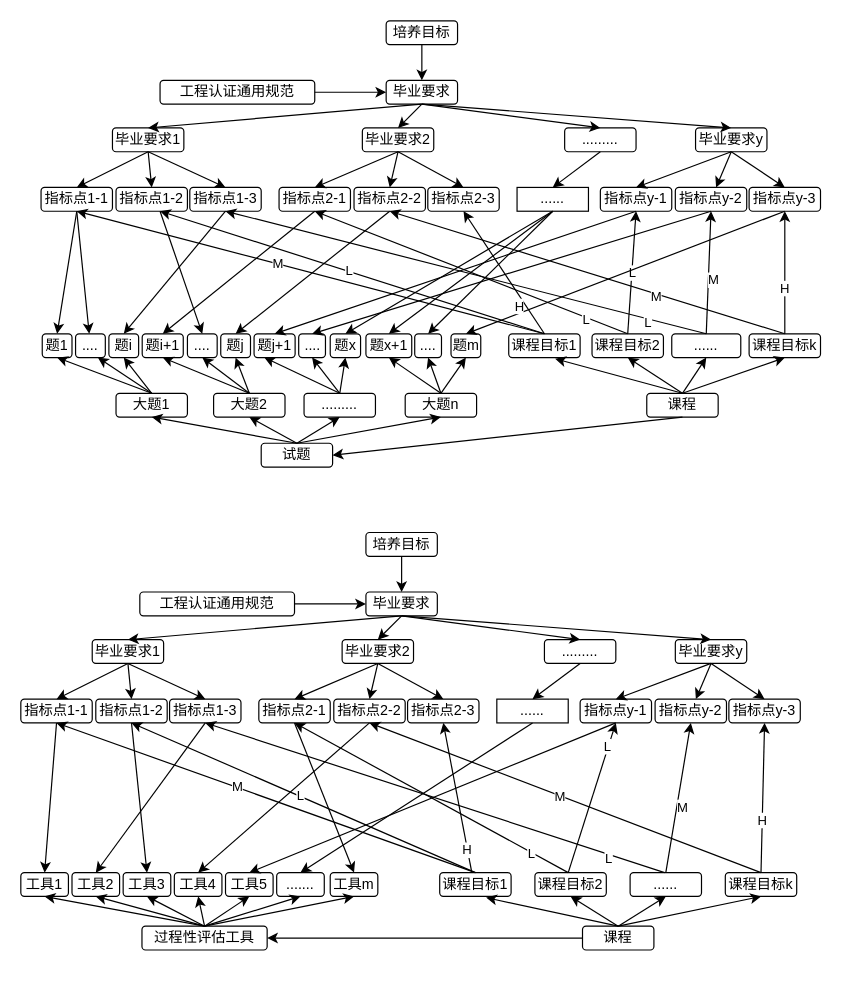
oliverwy/DhDesignpattern keeps this draw.io diagram as Untitled Diagram.drawio. Above is the earlier version. Source tidied: cells renumbered, new cells numbered last; positions are measured from the earlier drawing's top-left corner, leaving out a move shared by most shapes. Both pictures are drawn from the tidied source at 119%, with x=0, y=0 at pixel (20, 20).
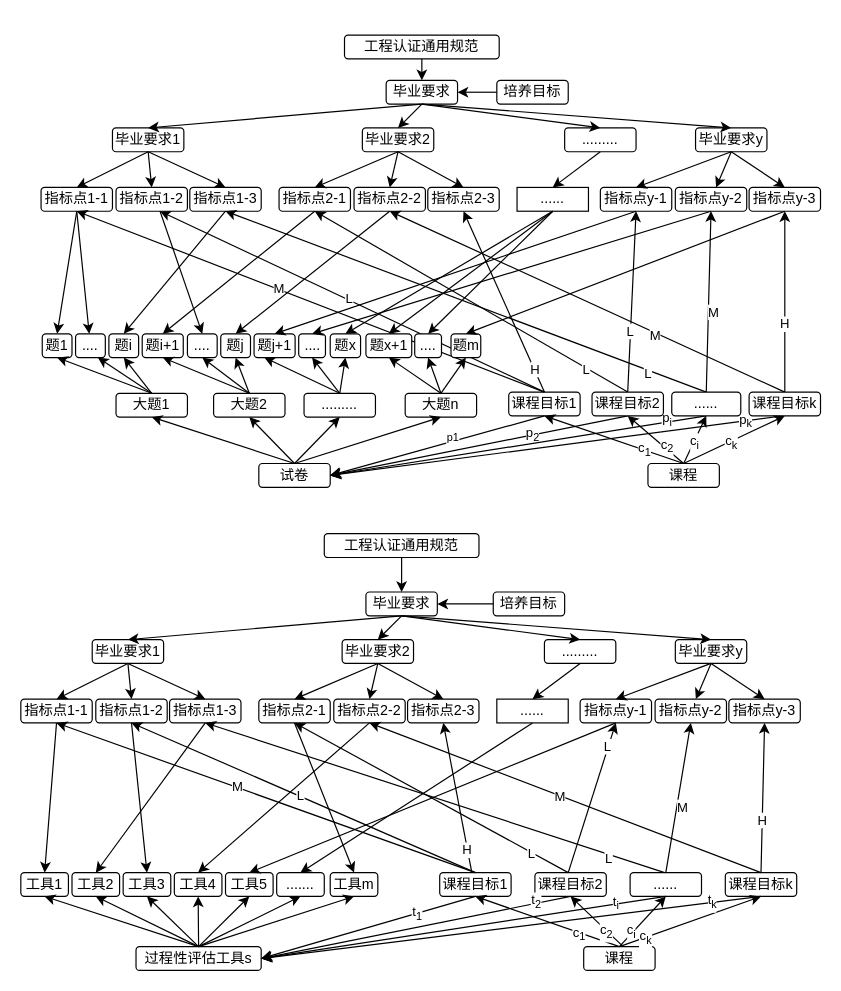
The same diagram, later.

Unchanged cells that the change refers to:
```xml
<mxCell id="3" value="毕业要求" style="rounded=1;whiteSpace=wrap;html=1;align=center;" parent="1" vertex="1">
  <mxGeometry x="307" y="50" width="60" height="20" as="geometry" />
</mxCell>
<mxCell id="10" value="指标点1-2" style="rounded=1;whiteSpace=wrap;html=1;align=center;" parent="1" vertex="1">
  <mxGeometry x="80" y="140" width="60" height="20" as="geometry" />
</mxCell>
<mxCell id="25" style="endArrow=classic;html=1;rounded=0;exitX=0.5;exitY=0;exitDx=0;exitDy=0;entryX=0.5;entryY=1;entryDx=0;entryDy=0;" parent="1" edge="1" source="20" target="15">
  <mxGeometry relative="1" as="geometry" />
</mxCell>
<mxCell id="53" style="endArrow=classic;html=1;rounded=0;exitX=0.5;exitY=0;exitDx=0;exitDy=0;entryX=0.5;entryY=1;entryDx=0;entryDy=0;" parent="1" edge="1" source="18" target="20">
  <mxGeometry relative="1" as="geometry" />
</mxCell>
<mxCell id="54" style="endArrow=classic;html=1;rounded=0;exitX=0.5;exitY=0;exitDx=0;exitDy=0;entryX=0.5;entryY=1;entryDx=0;entryDy=0;" parent="1" edge="1" source="18" target="21">
  <mxGeometry relative="1" as="geometry" />
</mxCell>
<mxCell id="96" style="endArrow=classic;html=1;rounded=0;entryX=0.5;entryY=1;entryDx=0;entryDy=0;exitX=0.5;exitY=0;exitDx=0;exitDy=0;" parent="1" edge="1" source="19" target="14">
  <mxGeometry relative="1" as="geometry" />
</mxCell>
<mxCell id="103" value="毕业要求" style="rounded=1;whiteSpace=wrap;html=1;align=center;" parent="1" vertex="1">
  <mxGeometry x="290" y="480" width="60" height="20" as="geometry" />
</mxCell>
<mxCell id="136" value="课程目标1" style="rounded=1;whiteSpace=wrap;html=1;align=center;" parent="1" vertex="1">
  <mxGeometry x="352" y="715.8" width="60" height="20" as="geometry" />
</mxCell>
<mxCell id="137" value="课程目标2" style="rounded=1;whiteSpace=wrap;html=1;align=center;" parent="1" vertex="1">
  <mxGeometry x="432" y="715.8" width="60" height="20" as="geometry" />
</mxCell>
<mxCell id="138" value="......" style="rounded=1;whiteSpace=wrap;html=1;align=center;" parent="1" vertex="1">
  <mxGeometry x="512" y="715.8" width="60" height="20" as="geometry" />
</mxCell>
<mxCell id="139" value="课程目标k" style="rounded=1;whiteSpace=wrap;html=1;align=center;" parent="1" vertex="1">
  <mxGeometry x="592" y="715.8" width="60" height="20" as="geometry" />
</mxCell>
<mxCell id="142" style="endArrow=classic;html=1;rounded=0;exitX=0.5;exitY=0;exitDx=0;exitDy=0;entryX=0.5;entryY=1;entryDx=0;entryDy=0;" parent="1" edge="1" source="135" target="138">
  <mxGeometry relative="1" as="geometry" />
</mxCell>
<mxCell id="143" style="endArrow=classic;html=1;rounded=0;exitX=0.5;exitY=0;exitDx=0;exitDy=0;entryX=0.5;entryY=1;entryDx=0;entryDy=0;" parent="1" edge="1" source="135" target="139">
  <mxGeometry relative="1" as="geometry" />
</mxCell>
```

Diff of the diagram source:
```diff
@@
+    <mxCell id="100" style="endArrow=classic;html=1;rounded=0;entryX=0.617;entryY=1;entryDx=0;entryDy=0;entryPerimeter=0;exitX=0.5;exitY=0;exitDx=0;exitDy=0;" parent="1" edge="1" source="19" target="10">
+      <mxGeometry relative="1" as="geometry" />
+    </mxCell>
+    <mxCell id="101" value="L" style="edgeLabel;html=1;align=center;verticalAlign=middle;" parent="100" vertex="1">
+      <mxGeometry x="0.02" y="-1" relative="1" as="geometry" />
+    </mxCell>
     <mxCell id="2" value="&lt;div align=&quot;center&quot;&gt;培养目标&lt;/div&gt;" style="rounded=1;whiteSpace=wrap;html=1;align=center;" parent="1" vertex="1">
-      <mxGeometry x="307" width="60" height="20" as="geometry" />
+      <mxGeometry x="400" y="50" width="60" height="20" as="geometry" />
     </mxCell>
@@
     <mxCell id="4" value="工程认证通用规范" style="rounded=1;whiteSpace=wrap;html=1;align=center;" parent="1" vertex="1">
-      <mxGeometry x="117" y="50" width="130" height="20" as="geometry" />
+      <mxGeometry x="272" y="12" width="130" height="20" as="geometry" />
     </mxCell>
@@
     <mxCell id="18" value="课程" style="rounded=1;whiteSpace=wrap;html=1;align=center;" parent="1" vertex="1">
-      <mxGeometry x="526" y="313" width="60" height="20" as="geometry" />
+      <mxGeometry x="527" y="372" width="60" height="20" as="geometry" />
     </mxCell>
     <mxCell id="19" value="课程目标1" style="rounded=1;whiteSpace=wrap;html=1;align=center;" parent="1" vertex="1">
-      <mxGeometry x="410" y="263" width="60" height="20" as="geometry" />
+      <mxGeometry x="410" y="312" width="60" height="20" as="geometry" />
     </mxCell>
-    <mxCell id="20" value="课程目标2" style="rounded=1;whiteSpace=wrap;html=1;align=center;" parent="1" vertex="1">
-      <mxGeometry x="480" y="263" width="60" height="20" as="geometry" />
-    </mxCell>
-    <mxCell id="21" value="......" style="rounded=1;whiteSpace=wrap;html=1;align=center;" parent="1" vertex="1">
-      <mxGeometry x="547" y="263" width="58" height="20" as="geometry" />
-    </mxCell>
-    <mxCell id="22" value="课程目标k" style="rounded=1;whiteSpace=wrap;html=1;align=center;" parent="1" vertex="1">
-      <mxGeometry x="612" y="263" width="60" height="20" as="geometry" />
-    </mxCell>
@@
     <mxCell id="26" value="L" style="edgeLabel;html=1;align=center;verticalAlign=middle;" parent="25" vertex="1">
-      <mxGeometry x="0.01" relative="1" as="geometry" />
+      <mxGeometry x="0.01" relative="1" as="geometry">
+        <mxPoint x="-2" y="25" as="offset" />
+      </mxGeometry>
     </mxCell>
@@
-    <mxCell id="46" style="endArrow=classic;html=1;rounded=0;exitX=1;exitY=0.5;exitDx=0;exitDy=0;entryX=0;entryY=0.5;entryDx=0;entryDy=0;" parent="1" edge="1" source="4" target="3">
+    <mxCell id="46" style="endArrow=classic;html=1;rounded=0;exitX=0.5;exitY=1;exitDx=0;exitDy=0;entryX=0.5;entryY=0;entryDx=0;entryDy=0;" parent="1" edge="1" source="4" target="3">
       <mxGeometry relative="1" as="geometry" />
     </mxCell>
-    <mxCell id="47" style="endArrow=classic;html=1;rounded=0;exitX=0.5;exitY=1;exitDx=0;exitDy=0;entryX=0.5;entryY=0;entryDx=0;entryDy=0;" parent="1" edge="1" source="2" target="3">
+    <mxCell id="47" style="endArrow=classic;html=1;rounded=0;entryX=1;entryY=0.5;entryDx=0;entryDy=0;exitX=0;exitY=0.5;exitDx=0;exitDy=0;" parent="1" edge="1" source="2" target="3">
       <mxGeometry relative="1" as="geometry" />
     </mxCell>
@@
-    <mxCell id="52" style="endArrow=classic;html=1;rounded=0;entryX=0.65;entryY=1.05;entryDx=0;entryDy=0;entryPerimeter=0;" parent="1" edge="1" target="19">
-      <mxGeometry relative="1" as="geometry">
-        <mxPoint x="556" y="313" as="sourcePoint" />
-      </mxGeometry>
-    </mxCell>
@@
+    <mxCell id="191" value="c&lt;sub&gt;2&lt;/sub&gt;" style="edgeLabel;html=1;align=center;verticalAlign=middle;" parent="53" vertex="1">
+      <mxGeometry x="-0.39" relative="1" as="geometry">
+        <mxPoint y="-2" as="offset" />
+      </mxGeometry>
+    </mxCell>
@@
-    <mxCell id="55" style="endArrow=classic;html=1;rounded=0;exitX=0.5;exitY=0;exitDx=0;exitDy=0;entryX=0.5;entryY=1;entryDx=0;entryDy=0;" parent="1" edge="1" source="18" target="22">
-      <mxGeometry relative="1" as="geometry" />
-    </mxCell>
+    <mxCell id="192" value="c&lt;sub&gt;i&lt;/sub&gt;" style="edgeLabel;html=1;align=center;verticalAlign=middle;" parent="54" vertex="1">
+      <mxGeometry x="-0.13" relative="1" as="geometry" />
+    </mxCell>
-    <mxCell id="56" value="试题" style="rounded=1;whiteSpace=wrap;html=1;align=center;" parent="1" vertex="1">
-      <mxGeometry x="202" y="355" width="60" height="20" as="geometry" />
+    <mxCell id="56" value="试卷" style="rounded=1;whiteSpace=wrap;html=1;align=center;" parent="1" vertex="1">
+      <mxGeometry x="200" y="372" width="60" height="20" as="geometry" />
     </mxCell>
@@
-    <mxCell id="85" style="endArrow=classic;html=1;rounded=0;exitX=0.5;exitY=1;exitDx=0;exitDy=0;entryX=1;entryY=0.5;entryDx=0;entryDy=0;" parent="1" edge="1" source="18" target="56">
-      <mxGeometry relative="1" as="geometry" />
-    </mxCell>
@@
     <mxCell id="97" value="H" style="edgeLabel;html=1;align=center;verticalAlign=middle;" parent="96" vertex="1">
       <mxGeometry x="-0.69" y="1" relative="1" as="geometry">
-        <mxPoint x="-10" y="-8" as="offset" />
+        <mxPoint x="3" y="4" as="offset" />
       </mxGeometry>
     </mxCell>
@@
-    <mxCell id="100" style="endArrow=classic;html=1;rounded=0;entryX=0.617;entryY=1;entryDx=0;entryDy=0;entryPerimeter=0;exitX=0.5;exitY=0;exitDx=0;exitDy=0;" parent="1" edge="1" source="19" target="10">
-      <mxGeometry relative="1" as="geometry" />
-    </mxCell>
-    <mxCell id="101" value="L" style="edgeLabel;html=1;align=center;verticalAlign=middle;" parent="100" vertex="1">
-      <mxGeometry x="0.02" y="-1" relative="1" as="geometry" />
-    </mxCell>
     <mxCell id="102" value="&lt;div align=&quot;center&quot;&gt;培养目标&lt;/div&gt;" style="rounded=1;whiteSpace=wrap;html=1;align=center;" parent="1" vertex="1">
-      <mxGeometry x="290" y="430" width="60" height="20" as="geometry" />
+      <mxGeometry x="397" y="480" width="60" height="20" as="geometry" />
     </mxCell>
@@
     <mxCell id="104" value="工程认证通用规范" style="rounded=1;whiteSpace=wrap;html=1;align=center;" parent="1" vertex="1">
-      <mxGeometry x="100" y="480" width="130" height="20" as="geometry" />
+      <mxGeometry x="255" y="431" width="130" height="20" as="geometry" />
     </mxCell>
@@
-    <mxCell id="129" style="endArrow=classic;html=1;rounded=0;exitX=1;exitY=0.5;exitDx=0;exitDy=0;entryX=0;entryY=0.5;entryDx=0;entryDy=0;" parent="1" edge="1" source="104" target="103">
+    <mxCell id="129" style="endArrow=classic;html=1;rounded=0;exitX=0.5;exitY=1;exitDx=0;exitDy=0;entryX=0.5;entryY=0;entryDx=0;entryDy=0;" parent="1" edge="1" source="104" target="103">
       <mxGeometry relative="1" as="geometry" />
     </mxCell>
-    <mxCell id="130" style="endArrow=classic;html=1;rounded=0;exitX=0.5;exitY=1;exitDx=0;exitDy=0;entryX=0.5;entryY=0;entryDx=0;entryDy=0;" parent="1" edge="1" source="102" target="103">
+    <mxCell id="130" style="endArrow=classic;html=1;rounded=0;exitX=0;exitY=0.5;exitDx=0;exitDy=0;entryX=1;entryY=0.5;entryDx=0;entryDy=0;" parent="1" edge="1" source="102" target="103">
       <mxGeometry relative="1" as="geometry" />
     </mxCell>
@@
     <mxCell id="135" value="课程" style="rounded=1;whiteSpace=wrap;html=1;align=center;" parent="1" vertex="1">
-      <mxGeometry x="472" y="760.8" width="60" height="20" as="geometry" />
+      <mxGeometry x="473" y="778" width="60" height="20" as="geometry" />
     </mxCell>
@@
-    <mxCell id="140" style="endArrow=classic;html=1;rounded=0;entryX=0.65;entryY=1.05;entryDx=0;entryDy=0;entryPerimeter=0;" parent="1" edge="1" target="136">
-      <mxGeometry relative="1" as="geometry">
-        <mxPoint x="502" y="760.8" as="sourcePoint" />
-      </mxGeometry>
+    <mxCell id="140" style="endArrow=classic;html=1;rounded=0;entryX=0.5;entryY=1;entryDx=0;entryDy=0;exitX=0.5;exitY=0;exitDx=0;exitDy=0;" parent="1" edge="1" source="135" target="136">
+      <mxGeometry relative="1" as="geometry" />
     </mxCell>
+    <mxCell id="193" value="c&lt;sub&gt;1&lt;/sub&gt;" style="edgeLabel;html=1;align=center;verticalAlign=middle;" parent="140" vertex="1">
+      <mxGeometry x="-0.09" y="1" relative="1" as="geometry">
+        <mxPoint x="21" y="8" as="offset" />
+      </mxGeometry>
+    </mxCell>
-    <mxCell id="141" style="endArrow=classic;html=1;rounded=0;exitX=0.5;exitY=0;exitDx=0;exitDy=0;entryX=0.5;entryY=1;entryDx=0;entryDy=0;" parent="1" edge="1" source="135" target="137">
-      <mxGeometry relative="1" as="geometry" />
+    <mxCell id="141" style="endArrow=classic;html=1;rounded=0;exitX=0.554;exitY=-0.002;exitDx=0;exitDy=0;entryX=0.5;entryY=1;entryDx=0;entryDy=0;exitPerimeter=0;" parent="1" edge="1" source="135">
+      <mxGeometry relative="1" as="geometry">
+        <mxPoint x="462" y="735.8" as="targetPoint" />
+      </mxGeometry>
     </mxCell>
+    <mxCell id="194" value="c&lt;sub&gt;2&lt;/sub&gt;" style="edgeLabel;html=1;align=center;verticalAlign=middle;" parent="141" vertex="1">
+      <mxGeometry x="-0.12" relative="1" as="geometry">
+        <mxPoint x="5" y="6" as="offset" />
+      </mxGeometry>
+    </mxCell>
@@
+    <mxCell id="195" value="c&lt;sub&gt;i&lt;/sub&gt;" style="edgeLabel;html=1;align=center;verticalAlign=middle;" parent="142" vertex="1">
+      <mxGeometry x="0.15" relative="1" as="geometry">
+        <mxPoint x="-13" y="12" as="offset" />
+      </mxGeometry>
+    </mxCell>
@@
+    <mxCell id="196" value="c&lt;sub&gt;k&lt;/sub&gt;" style="edgeLabel;html=1;align=center;verticalAlign=middle;" parent="143" vertex="1">
+      <mxGeometry x="0.04" y="1" relative="1" as="geometry">
+        <mxPoint x="-40" y="16" as="offset" />
+      </mxGeometry>
+    </mxCell>
-    <mxCell id="144" value="过程性评估工具" style="rounded=1;whiteSpace=wrap;html=1;align=center;" parent="1" vertex="1">
-      <mxGeometry x="101.8" y="760.8" width="105.2" height="20" as="geometry" />
+    <mxCell id="144" value="过程性评估工具s" style="rounded=1;whiteSpace=wrap;html=1;align=center;" parent="1" vertex="1">
+      <mxGeometry x="96.8" y="778" width="105.2" height="20" as="geometry" />
     </mxCell>
@@
-    <mxCell id="184" style="endArrow=classic;html=1;rounded=0;entryX=1;entryY=0.5;entryDx=0;entryDy=0;exitX=0;exitY=0.5;exitDx=0;exitDy=0;" parent="1" edge="1" source="135" target="144">
-      <mxGeometry relative="1" as="geometry" />
-    </mxCell>
@@
+    <mxCell id="197" style="endArrow=classic;html=1;rounded=0;exitX=0.5;exitY=1;exitDx=0;exitDy=0;entryX=1;entryY=0.5;entryDx=0;entryDy=0;" parent="1" edge="1" source="19" target="56">
+      <mxGeometry relative="1" as="geometry" />
+    </mxCell>
+    <mxCell id="198" value="&lt;sub&gt;p1&lt;/sub&gt;" style="edgeLabel;html=1;align=center;verticalAlign=middle;" parent="197" vertex="1">
+      <mxGeometry x="-0.32" relative="1" as="geometry">
+        <mxPoint x="-16" y="-2" as="offset" />
+      </mxGeometry>
+    </mxCell>
+    <mxCell id="199" style="endArrow=classic;html=1;rounded=0;entryX=1;entryY=0.5;entryDx=0;entryDy=0;exitX=0.5;exitY=1;exitDx=0;exitDy=0;" parent="1" edge="1" source="20" target="56">
+      <mxGeometry relative="1" as="geometry" />
+    </mxCell>
+    <mxCell id="200" value="p&lt;sub&gt;2&lt;/sub&gt;" style="edgeLabel;html=1;align=center;verticalAlign=middle;" parent="199" vertex="1">
+      <mxGeometry x="-0.36" relative="1" as="geometry">
+        <mxPoint y="-1" as="offset" />
+      </mxGeometry>
+    </mxCell>
+    <mxCell id="201" style="endArrow=classic;html=1;rounded=0;exitX=0.5;exitY=1;exitDx=0;exitDy=0;entryX=1;entryY=0.5;entryDx=0;entryDy=0;" parent="1" edge="1" source="21" target="56">
+      <mxGeometry relative="1" as="geometry" />
+    </mxCell>
+    <mxCell id="202" value="p&lt;sub&gt;i&lt;/sub&gt;" style="edgeLabel;html=1;align=center;verticalAlign=middle;" parent="201" vertex="1">
+      <mxGeometry x="-0.79" relative="1" as="geometry">
+        <mxPoint y="-2" as="offset" />
+      </mxGeometry>
+    </mxCell>
+    <mxCell id="203" style="endArrow=classic;html=1;rounded=0;exitX=0.436;exitY=1.014;exitDx=0;exitDy=0;exitPerimeter=0;entryX=1;entryY=0.5;entryDx=0;entryDy=0;" parent="1" edge="1" source="22" target="56">
+      <mxGeometry relative="1" as="geometry" />
+    </mxCell>
+    <mxCell id="204" value="p&lt;sub&gt;k&lt;/sub&gt;" style="edgeLabel;html=1;align=center;verticalAlign=middle;" parent="203" vertex="1">
+      <mxGeometry x="-0.81" relative="1" as="geometry">
+        <mxPoint x="6" as="offset" />
+      </mxGeometry>
+    </mxCell>
+    <mxCell id="22" value="课程目标k" style="rounded=1;whiteSpace=wrap;html=1;align=center;" parent="1" vertex="1">
+      <mxGeometry x="612" y="312" width="60" height="20" as="geometry" />
+    </mxCell>
+    <mxCell id="21" value="......" style="rounded=1;whiteSpace=wrap;html=1;align=center;" parent="1" vertex="1">
+      <mxGeometry x="547" y="312" width="58" height="20" as="geometry" />
+    </mxCell>
+    <mxCell id="55" style="endArrow=classic;html=1;rounded=0;exitX=0.5;exitY=0;exitDx=0;exitDy=0;entryX=0.5;entryY=1;entryDx=0;entryDy=0;" parent="1" edge="1" source="18" target="22">
+      <mxGeometry relative="1" as="geometry" />
+    </mxCell>
+    <mxCell id="205" value="c&lt;sub&gt;k&lt;/sub&gt;" style="edgeLabel;html=1;align=center;verticalAlign=middle;" parent="55" vertex="1">
+      <mxGeometry x="-0.09" y="-1" relative="1" as="geometry" />
+    </mxCell>
+    <mxCell id="20" value="课程目标2" style="rounded=1;whiteSpace=wrap;html=1;align=center;" parent="1" vertex="1">
+      <mxGeometry x="480" y="312" width="60" height="20" as="geometry" />
+    </mxCell>
+    <mxCell id="52" style="endArrow=classic;html=1;rounded=0;entryX=0.5;entryY=1;entryDx=0;entryDy=0;exitX=0.5;exitY=0;exitDx=0;exitDy=0;" parent="1" edge="1" source="18" target="19">
+      <mxGeometry relative="1" as="geometry" />
+    </mxCell>
+    <mxCell id="206" value="c&lt;sub&gt;1&lt;/sub&gt;" style="edgeLabel;html=1;align=center;verticalAlign=middle;" parent="52" vertex="1">
+      <mxGeometry x="-0.44" relative="1" as="geometry" />
+    </mxCell>
+    <mxCell id="207" style="endArrow=classic;html=1;rounded=0;entryX=1;entryY=0.5;entryDx=0;entryDy=0;exitX=0.5;exitY=1;exitDx=0;exitDy=0;" parent="1" edge="1" source="136" target="144">
+      <mxGeometry relative="1" as="geometry" />
+    </mxCell>
+    <mxCell id="208" value="t&lt;sub&gt;1&lt;/sub&gt;" style="edgeLabel;html=1;align=center;verticalAlign=middle;" parent="207" vertex="1">
+      <mxGeometry x="-0.45" relative="1" as="geometry" />
+    </mxCell>
+    <mxCell id="209" style="endArrow=classic;html=1;rounded=0;exitX=0.5;exitY=1;exitDx=0;exitDy=0;entryX=1;entryY=0.5;entryDx=0;entryDy=0;" parent="1" edge="1" source="137" target="144">
+      <mxGeometry relative="1" as="geometry" />
+    </mxCell>
+    <mxCell id="210" value="t&lt;sub&gt;2&lt;/sub&gt;" style="edgeLabel;html=1;align=center;verticalAlign=middle;" parent="209" vertex="1">
+      <mxGeometry x="-0.77" y="-1" relative="1" as="geometry" />
+    </mxCell>
+    <mxCell id="211" style="endArrow=classic;html=1;rounded=0;exitX=0.5;exitY=1;exitDx=0;exitDy=0;entryX=1;entryY=0.5;entryDx=0;entryDy=0;" parent="1" edge="1" source="138" target="144">
+      <mxGeometry relative="1" as="geometry" />
+    </mxCell>
+    <mxCell id="212" value="t&lt;sub&gt;i&lt;/sub&gt;" style="edgeLabel;html=1;align=center;verticalAlign=middle;" parent="211" vertex="1">
+      <mxGeometry x="-0.75" y="-1" relative="1" as="geometry" />
+    </mxCell>
+    <mxCell id="213" style="endArrow=classic;html=1;rounded=0;exitX=0.5;exitY=1;exitDx=0;exitDy=0;entryX=1;entryY=0.5;entryDx=0;entryDy=0;" parent="1" edge="1" source="139" target="144">
+      <mxGeometry relative="1" as="geometry" />
+    </mxCell>
+    <mxCell id="214" value="t&lt;sub&gt;k&lt;/sub&gt;" style="edgeLabel;html=1;align=center;verticalAlign=middle;" parent="213" vertex="1">
+      <mxGeometry x="-0.8" relative="1" as="geometry" />
+    </mxCell>
```
